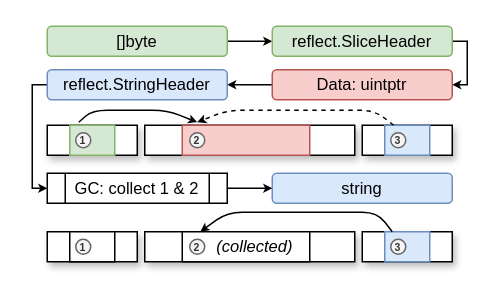
Earlier version of the draw.io diagram thesis/assets/figures/chapter3/gcrace-vuln.drawio (jlauinger/master-of-science). Source tidied: cells renumbered, new cells numbered last; positions are measured from the earlier drawing's top-left corner, leaving out a move shared by most shapes. Both pictures are drawn from the tidied source at 150%, with x=0, y=0 at pixel (32, 26).
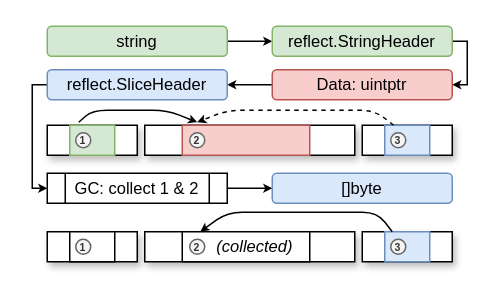
The same diagram, later.

Change to the diagram source:
```diff
@@
-    <mxCell id="3" value="&lt;font style=&quot;font-size: 11px&quot;&gt;[]byte&lt;/font&gt;" style="rounded=1;whiteSpace=wrap;html=1;fillColor=#d5e8d4;strokeColor=#82b366;" parent="1" vertex="1">
+    <mxCell id="3" value="&lt;font style=&quot;font-size: 11px&quot;&gt;string&lt;/font&gt;" style="rounded=1;whiteSpace=wrap;html=1;fillColor=#d5e8d4;strokeColor=#82b366;" parent="1" vertex="1">
       <mxGeometry x="10" width="120" height="20" as="geometry" />
     </mxCell>
@@
-    <mxCell id="5" value="&lt;font style=&quot;font-size: 11px&quot;&gt;reflect.SliceHeader&lt;/font&gt;" style="rounded=1;whiteSpace=wrap;html=1;fillColor=#d5e8d4;strokeColor=#82b366;" parent="1" vertex="1">
+    <mxCell id="5" value="&lt;font style=&quot;font-size: 11px&quot;&gt;reflect.StringHeader&lt;/font&gt;" style="rounded=1;whiteSpace=wrap;html=1;fillColor=#d5e8d4;strokeColor=#82b366;" parent="1" vertex="1">
       <mxGeometry x="160" width="120" height="20" as="geometry" />
     </mxCell>
@@
-    <mxCell id="9" value="reflect.StringHeader" style="rounded=1;whiteSpace=wrap;html=1;fillColor=#dae8fc;strokeColor=#6c8ebf;fontSize=11;" parent="1" vertex="1">
+    <mxCell id="9" value="reflect.SliceHeader" style="rounded=1;whiteSpace=wrap;html=1;fillColor=#dae8fc;strokeColor=#6c8ebf;fontSize=11;" parent="1" vertex="1">
       <mxGeometry x="10" y="29" width="120" height="20" as="geometry" />
     </mxCell>
-    <mxCell id="10" value="string" style="rounded=1;whiteSpace=wrap;html=1;fillColor=#dae8fc;strokeColor=#6c8ebf;fontSize=11;" parent="1" vertex="1">
+    <mxCell id="10" value="[]byte" style="rounded=1;whiteSpace=wrap;html=1;fillColor=#dae8fc;strokeColor=#6c8ebf;fontSize=11;" parent="1" vertex="1">
       <mxGeometry x="160" y="98" width="120" height="20" as="geometry" />
     </mxCell>
```
